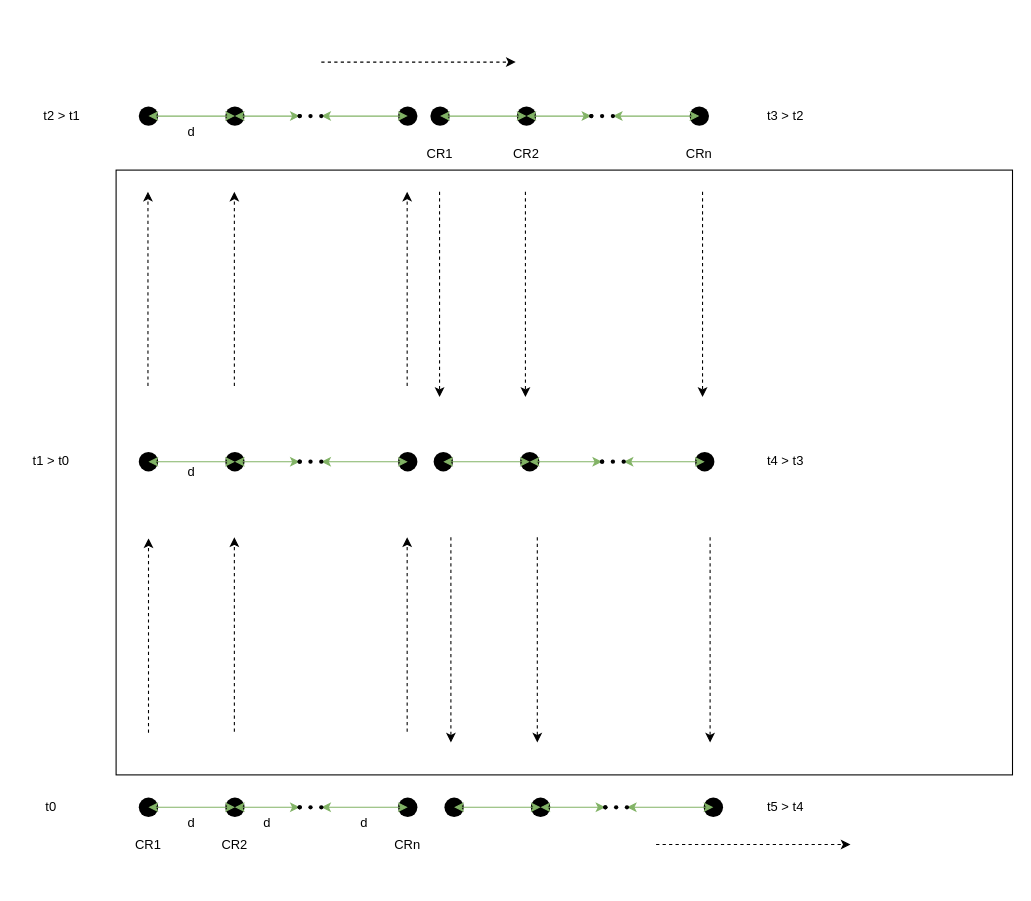
Sevla8/Multi-robot_navigation_and_control_for_acoustic_inspection_of_metal_plate_structures keeps this draw.io diagram as conception/peinture_au_rouleau.drawio. Above is the earlier version. Source tidied: cells renumbered, new cells numbered last; positions are measured from the earlier drawing's top-left corner, leaving out a move shared by most shapes. Both pictures are drawn from the tidied source at 108%, with x=0, y=0 at pixel (18, 62).
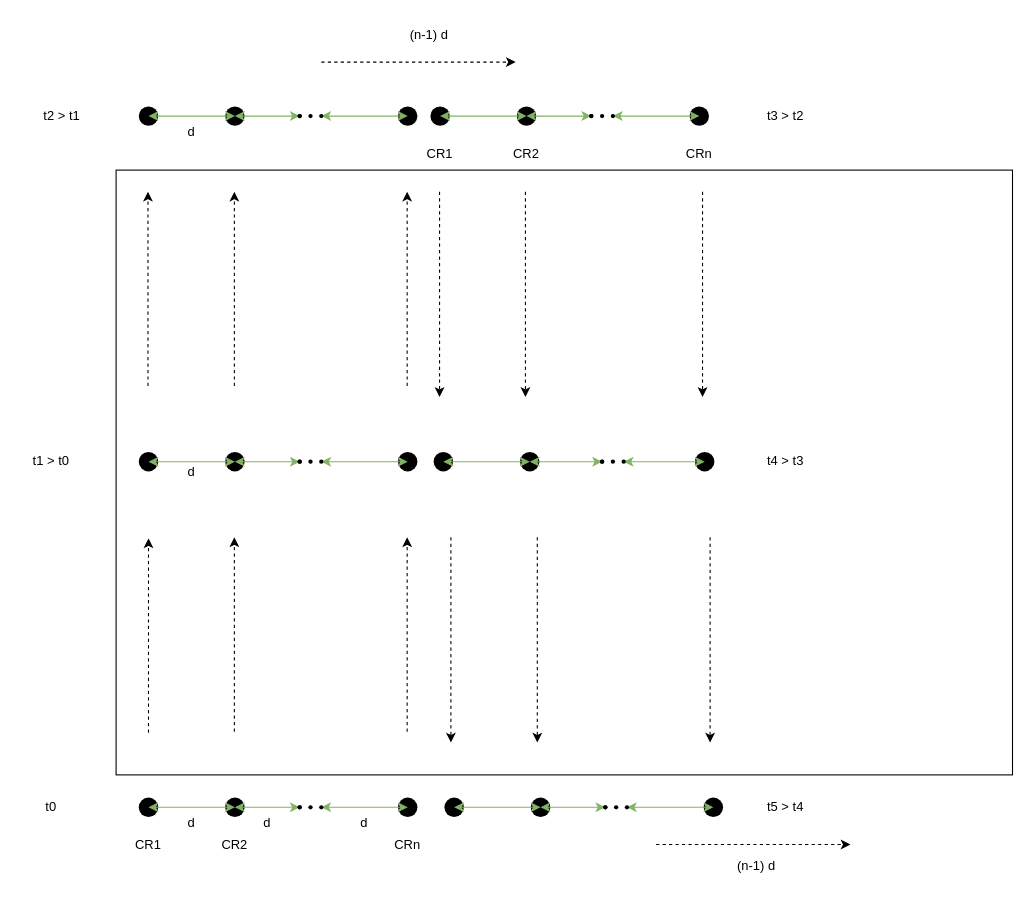
The same page after the edit.

The edit, as a diff of the source:
```diff
@@
+    <mxCell id="94" value="(n-1) d" style="text;html=1;strokeColor=none;fillColor=none;align=center;verticalAlign=middle;whiteSpace=wrap;rounded=0;" parent="1" vertex="1">
+      <mxGeometry x="350" y="-40" width="60" height="30" as="geometry" />
+    </mxCell>
+    <mxCell id="95" value="(n-1) d" style="text;html=1;strokeColor=none;fillColor=none;align=center;verticalAlign=middle;whiteSpace=wrap;rounded=0;" parent="1" vertex="1">
+      <mxGeometry x="653" y="730" width="60" height="30" as="geometry" />
+    </mxCell>
```
